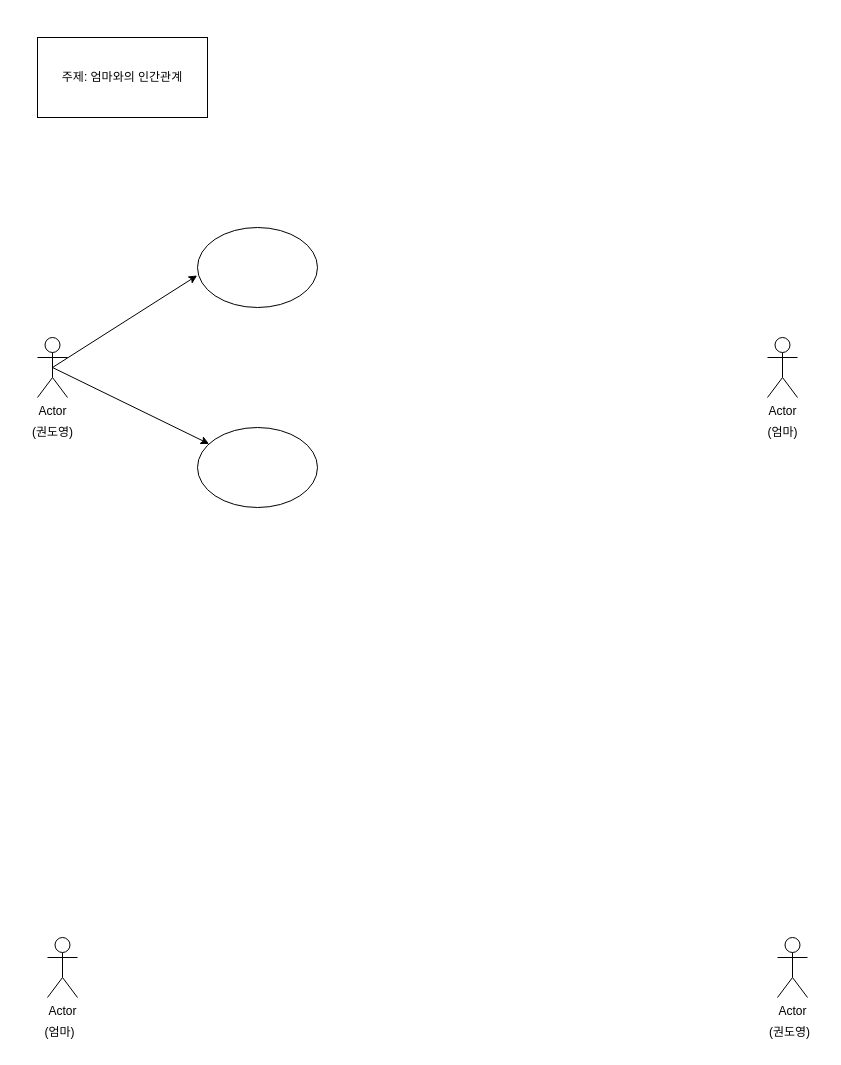
This is 인간관계를 유스케이스 다이어그램으로.drawio from doit0/usecase-diagram, a draw.io file, before an edit. Source tidied: cells renumbered, new cells numbered last; positions are measured from the earlier drawing's top-left corner, leaving out a move shared by most shapes. Both pictures are drawn from the tidied source at 100%, with x=0, y=0 at pixel (17, 37).
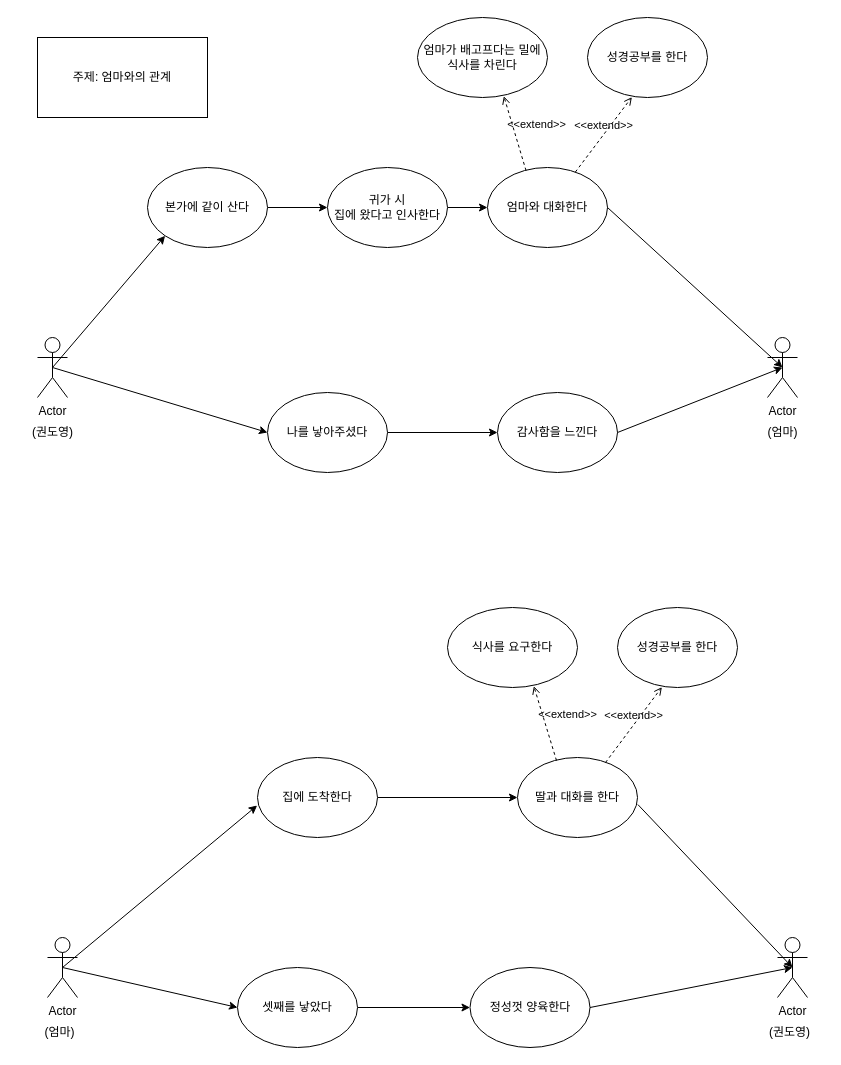
After the change.

Commit message:
인간관계를 유스케이스 다이어그램으로.drawio 업데이트

Unchanged cells that the change refers to:
```xml
<mxCell id="2" value="Actor" style="shape=umlActor;verticalLabelPosition=bottom;verticalAlign=top;html=1;outlineConnect=0;" parent="1" vertex="1">
  <mxGeometry x="20" y="300" width="30" height="60" as="geometry" />
</mxCell>
<mxCell id="4" value="Actor" style="shape=umlActor;verticalLabelPosition=bottom;verticalAlign=top;html=1;outlineConnect=0;" parent="1" vertex="1">
  <mxGeometry x="750" y="300" width="30" height="60" as="geometry" />
</mxCell>
<mxCell id="6" value="Actor" style="shape=umlActor;verticalLabelPosition=bottom;verticalAlign=top;html=1;outlineConnect=0;" parent="1" vertex="1">
  <mxGeometry x="30" y="900" width="30" height="60" as="geometry" />
</mxCell>
<mxCell id="8" value="Actor" style="shape=umlActor;verticalLabelPosition=bottom;verticalAlign=top;html=1;outlineConnect=0;" parent="1" vertex="1">
  <mxGeometry x="760" y="900" width="30" height="60" as="geometry" />
</mxCell>
```

What changed in the source:
```diff
@@
+    <mxCell id="15" style="edgeStyle=orthogonalEdgeStyle;rounded=0;jettySize=auto;html=1;" parent="1" edge="1" source="10" target="19">
+      <mxGeometry relative="1" as="geometry" />
+    </mxCell>
-    <mxCell id="10" style="ellipse;whiteSpace=wrap;html=1;" parent="1" vertex="1">
-      <mxGeometry x="180" y="190" width="120" height="80" as="geometry" />
+    <mxCell id="10" value="귀가 시&lt;br&gt;집에 왔다고 인사한다" style="ellipse;whiteSpace=wrap;html=1;" parent="1" vertex="1">
+      <mxGeometry x="310" y="130" width="120" height="80" as="geometry" />
     </mxCell>
-    <mxCell id="11" style="ellipse;whiteSpace=wrap;html=1;" parent="1" vertex="1">
-      <mxGeometry x="180" y="390" width="120" height="80" as="geometry" />
-    </mxCell>
-    <mxCell id="12" value="주제: 엄마와의 인간관계" style="rounded=0;whiteSpace=wrap;html=1;" parent="1" vertex="1">
+    <mxCell id="12" value="주제: 엄마와의 관계" style="rounded=0;whiteSpace=wrap;html=1;" parent="1" vertex="1">
       <mxGeometry x="20" width="170" height="80" as="geometry" />
     </mxCell>
-    <mxCell id="13" style="endArrow=classic;html=1;rounded=0;exitX=0.5;exitY=0.5;exitDx=0;exitDy=0;exitPerimeter=0;entryX=-0.003;entryY=0.6;entryDx=0;entryDy=0;entryPerimeter=0;" parent="1" edge="1" source="2" target="10">
+    <mxCell id="13" style="endArrow=classic;html=1;rounded=0;exitX=0.5;exitY=0.5;exitDx=0;exitDy=0;exitPerimeter=0;entryX=0;entryY=1;entryDx=0;entryDy=0;" parent="1" edge="1" source="2" target="36">
       <mxGeometry relative="1" as="geometry" />
     </mxCell>
-    <mxCell id="14" style="endArrow=classic;html=1;rounded=0;exitX=0.5;exitY=0.5;exitDx=0;exitDy=0;exitPerimeter=0;" parent="1" edge="1" source="2" target="11">
-      <mxGeometry relative="1" as="geometry" />
-    </mxCell>
+    <mxCell id="16" style="edgeStyle=orthogonalEdgeStyle;rounded=0;jettySize=auto;html=1;" parent="1" edge="1" source="17" target="28">
+      <mxGeometry relative="1" as="geometry" />
+    </mxCell>
+    <mxCell id="17" value="나를 낳아주셨다" style="ellipse;whiteSpace=wrap;html=1;" parent="1" vertex="1">
+      <mxGeometry x="250" y="355" width="120" height="80" as="geometry" />
+    </mxCell>
+    <mxCell id="18" style="endArrow=classic;html=1;rounded=0;exitX=0.5;exitY=0.5;exitDx=0;exitDy=0;exitPerimeter=0;entryX=0;entryY=0.5;entryDx=0;entryDy=0;" parent="1" edge="1" source="2" target="17">
+      <mxGeometry relative="1" as="geometry" />
+    </mxCell>
+    <mxCell id="19" value="엄마와 대화한다" style="ellipse;whiteSpace=wrap;html=1;" parent="1" vertex="1">
+      <mxGeometry x="470" y="130" width="120" height="80" as="geometry" />
+    </mxCell>
+    <mxCell id="20" style="edgeStyle=orthogonalEdgeStyle;rounded=0;jettySize=auto;html=1;" parent="1" edge="1" source="21" target="26">
+      <mxGeometry relative="1" as="geometry" />
+    </mxCell>
+    <mxCell id="21" value="집에 도착한다" style="ellipse;whiteSpace=wrap;html=1;" parent="1" vertex="1">
+      <mxGeometry x="240" y="720" width="120" height="80" as="geometry" />
+    </mxCell>
+    <mxCell id="22" style="endArrow=classic;html=1;rounded=0;entryX=-0.003;entryY=0.6;entryDx=0;entryDy=0;entryPerimeter=0;exitX=0.5;exitY=0.5;exitDx=0;exitDy=0;exitPerimeter=0;" parent="1" edge="1" source="6" target="21">
+      <mxGeometry relative="1" as="geometry" />
+    </mxCell>
+    <mxCell id="23" style="edgeStyle=orthogonalEdgeStyle;rounded=0;jettySize=auto;html=1;" parent="1" edge="1" source="24" target="41">
+      <mxGeometry relative="1" as="geometry" />
+    </mxCell>
+    <mxCell id="24" value="셋째를 낳았다" style="ellipse;whiteSpace=wrap;html=1;" parent="1" vertex="1">
+      <mxGeometry x="220" y="930" width="120" height="80" as="geometry" />
+    </mxCell>
+    <mxCell id="25" style="endArrow=classic;html=1;rounded=0;exitX=0.5;exitY=0.5;exitDx=0;exitDy=0;exitPerimeter=0;entryX=0;entryY=0.5;entryDx=0;entryDy=0;" parent="1" edge="1" source="6" target="24">
+      <mxGeometry relative="1" as="geometry" />
+    </mxCell>
+    <mxCell id="26" value="딸과 대화를 한다" style="ellipse;whiteSpace=wrap;html=1;" parent="1" vertex="1">
+      <mxGeometry x="500" y="720" width="120" height="80" as="geometry" />
+    </mxCell>
+    <mxCell id="27" style="endArrow=classic;html=1;rounded=0;exitX=1.003;exitY=0.588;exitDx=0;exitDy=0;exitPerimeter=0;entryX=0.5;entryY=0.5;entryDx=0;entryDy=0;entryPerimeter=0;" parent="1" edge="1" source="26" target="8">
+      <mxGeometry relative="1" as="geometry" />
+    </mxCell>
+    <mxCell id="28" value="감사함을 느낀다" style="ellipse;whiteSpace=wrap;html=1;" parent="1" vertex="1">
+      <mxGeometry x="480" y="355" width="120" height="80" as="geometry" />
+    </mxCell>
+    <mxCell id="29" style="endArrow=classic;html=1;rounded=0;exitX=1;exitY=0.5;exitDx=0;exitDy=0;entryX=0.5;entryY=0.5;entryDx=0;entryDy=0;entryPerimeter=0;" parent="1" edge="1" source="28" target="4">
+      <mxGeometry relative="1" as="geometry" />
+    </mxCell>
+    <mxCell id="30" style="endArrow=classic;html=1;rounded=0;exitX=1;exitY=0.5;exitDx=0;exitDy=0;entryX=0.5;entryY=0.5;entryDx=0;entryDy=0;entryPerimeter=0;" parent="1" edge="1" source="19" target="4">
+      <mxGeometry relative="1" as="geometry" />
+    </mxCell>
+    <mxCell id="31" value="&amp;lt;&amp;lt;extend&amp;gt;&amp;gt;" style="html=1;verticalAlign=bottom;labelBackgroundColor=none;endArrow=open;endFill=0;dashed=1;rounded=0;entryX=0.664;entryY=0.983;entryDx=0;entryDy=0;entryPerimeter=0;exitX=0.321;exitY=0.038;exitDx=0;exitDy=0;exitPerimeter=0;" parent="1" edge="1" source="19" target="33">
+      <mxGeometry x="-0.18" y="-21" relative="1" as="geometry" />
+    </mxCell>
+    <mxCell id="32" value="&amp;lt;&amp;lt;extend&amp;gt;&amp;gt;" style="html=1;verticalAlign=bottom;labelBackgroundColor=none;endArrow=open;endFill=0;dashed=1;rounded=0;exitX=0.732;exitY=0.057;exitDx=0;exitDy=0;exitPerimeter=0;entryX=0.37;entryY=0.995;entryDx=0;entryDy=0;entryPerimeter=0;" parent="1" edge="1" source="19" target="34">
+      <mxGeometry relative="1" as="geometry" />
+    </mxCell>
+    <mxCell id="33" value="엄마가 배고프다는 밀에&lt;br&gt;식사를 차린다" style="ellipse;whiteSpace=wrap;html=1;" parent="1" vertex="1">
+      <mxGeometry x="400" y="-20" width="130" height="80" as="geometry" />
+    </mxCell>
+    <mxCell id="34" value="성경공부를 한다" style="ellipse;whiteSpace=wrap;html=1;" parent="1" vertex="1">
+      <mxGeometry x="570" y="-20" width="120" height="80" as="geometry" />
+    </mxCell>
+    <mxCell id="35" style="edgeStyle=orthogonalEdgeStyle;rounded=0;jettySize=auto;html=1;" parent="1" edge="1" source="36" target="10">
+      <mxGeometry relative="1" as="geometry" />
+    </mxCell>
+    <mxCell id="36" value="본가에 같이 산다" style="ellipse;whiteSpace=wrap;html=1;" parent="1" vertex="1">
+      <mxGeometry x="130" y="130" width="120" height="80" as="geometry" />
+    </mxCell>
+    <mxCell id="37" value="&amp;lt;&amp;lt;extend&amp;gt;&amp;gt;" style="html=1;verticalAlign=bottom;labelBackgroundColor=none;endArrow=open;endFill=0;dashed=1;rounded=0;entryX=0.664;entryY=0.983;entryDx=0;entryDy=0;entryPerimeter=0;exitX=0.321;exitY=0.038;exitDx=0;exitDy=0;exitPerimeter=0;" parent="1" edge="1" target="39">
+      <mxGeometry x="-0.18" y="-21" relative="1" as="geometry">
+        <mxPoint x="539" y="723" as="sourcePoint" />
+      </mxGeometry>
+    </mxCell>
+    <mxCell id="38" value="&amp;lt;&amp;lt;extend&amp;gt;&amp;gt;" style="html=1;verticalAlign=bottom;labelBackgroundColor=none;endArrow=open;endFill=0;dashed=1;rounded=0;exitX=0.732;exitY=0.057;exitDx=0;exitDy=0;exitPerimeter=0;entryX=0.37;entryY=0.995;entryDx=0;entryDy=0;entryPerimeter=0;" parent="1" edge="1" target="40">
+      <mxGeometry relative="1" as="geometry">
+        <mxPoint x="588" y="725" as="sourcePoint" />
+      </mxGeometry>
+    </mxCell>
+    <mxCell id="39" value="식사를 요구한다" style="ellipse;whiteSpace=wrap;html=1;" parent="1" vertex="1">
+      <mxGeometry x="430" y="570" width="130" height="80" as="geometry" />
+    </mxCell>
+    <mxCell id="40" value="성경공부를 한다" style="ellipse;whiteSpace=wrap;html=1;" parent="1" vertex="1">
+      <mxGeometry x="600" y="570" width="120" height="80" as="geometry" />
+    </mxCell>
+    <mxCell id="41" value="정성껏 양육한다" style="ellipse;whiteSpace=wrap;html=1;" parent="1" vertex="1">
+      <mxGeometry x="452.5" y="930" width="120" height="80" as="geometry" />
+    </mxCell>
+    <mxCell id="42" style="endArrow=classic;html=1;rounded=0;exitX=1;exitY=0.5;exitDx=0;exitDy=0;entryX=0.5;entryY=0.5;entryDx=0;entryDy=0;entryPerimeter=0;" parent="1" edge="1" source="41" target="8">
+      <mxGeometry relative="1" as="geometry" />
+    </mxCell>
```
